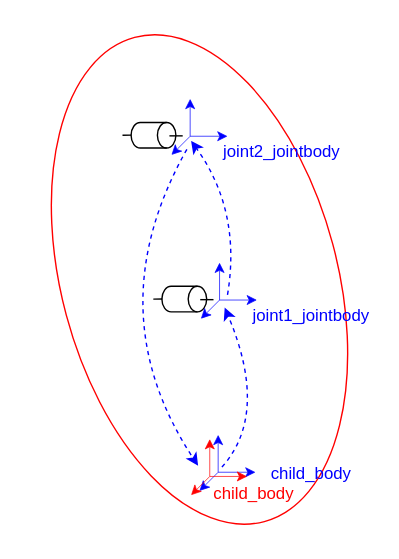
Before: kinematic_chain.drawio.svg, a diagram exported from draw.io (Yasu31/mjcf_urdf_simple_converter). Source tidied: cells renumbered, new cells last; positions are measured from the earlier drawing's top-left corner, leaving out a move shared by most shapes. The source it was exported from:
```xml
<mxGraphModel>
  <root>
    <mxCell id="0" />
    <mxCell id="1" parent="0" />
    <mxCell id="2" style="ellipse;whiteSpace=wrap;html=1;gradientColor=default;fillColor=none;strokeColor=#FF0000;rotation=-15;" parent="1" vertex="1">
      <mxGeometry x="-0.5" width="197" height="358" as="geometry" />
    </mxCell>
    <mxCell id="3" style="group;" parent="1" vertex="1">
      <mxGeometry x="62" y="183" width="46" height="20" as="geometry" />
    </mxCell>
    <mxCell id="4" style="shape=cylinder3;whiteSpace=wrap;html=1;boundedLbl=1;backgroundOutline=1;size=6.600006103515625;rotation=90;" parent="3" vertex="1">
      <mxGeometry x="16" y="-6" width="18.3" height="32" as="geometry" />
    </mxCell>
    <mxCell id="5" style="endArrow=none;html=1;rounded=0;" parent="3" edge="1">
      <mxGeometry relative="1" as="geometry">
        <mxPoint x="36.5" y="10.4" as="sourcePoint" />
        <mxPoint x="46" y="10.4" as="targetPoint" />
      </mxGeometry>
    </mxCell>
    <mxCell id="6" style="endArrow=none;html=1;rounded=0;" parent="3" edge="1">
      <mxGeometry relative="1" as="geometry">
        <mxPoint x="3" y="10" as="sourcePoint" />
        <mxPoint x="9.5" y="9.9" as="targetPoint" />
      </mxGeometry>
    </mxCell>
    <mxCell id="7" value="joint1_jointbody" style="text;html=1;align=center;verticalAlign=middle;whiteSpace=wrap;rounded=0;fontColor=light-dark(#0000ff, #ededed);" parent="1" vertex="1">
      <mxGeometry x="148" y="190" width="60" height="30" as="geometry" />
    </mxCell>
    <mxCell id="8" style="group;strokeWidth=0.7;strokeColor=none;" parent="1" vertex="1">
      <mxGeometry x="99" y="167" width="40" height="40" as="geometry" />
    </mxCell>
    <mxCell id="9" style="endArrow=classic;html=1;rounded=0;strokeWidth=0.5;strokeColor=light-dark(#0000ff, #ededed);" parent="8" edge="1">
      <mxGeometry relative="1" as="geometry">
        <mxPoint x="13.3" y="26.7" as="sourcePoint" />
        <mxPoint x="40" y="26.7" as="targetPoint" />
      </mxGeometry>
    </mxCell>
    <mxCell id="10" style="endArrow=classic;html=1;rounded=0;strokeWidth=0.5;strokeColor=light-dark(#0000ff, #ededed);" parent="8" edge="1">
      <mxGeometry relative="1" as="geometry">
        <mxPoint x="13.3" y="26.7" as="sourcePoint" />
        <mxPoint y="40" as="targetPoint" />
      </mxGeometry>
    </mxCell>
    <mxCell id="11" style="endArrow=classic;html=1;rounded=0;strokeWidth=0.5;strokeColor=light-dark(#0000ff, #ededed);" parent="8" edge="1">
      <mxGeometry relative="1" as="geometry">
        <mxPoint x="13.3" y="26.7" as="sourcePoint" />
        <mxPoint x="13.3" as="targetPoint" />
      </mxGeometry>
    </mxCell>
    <mxCell id="12" value="joint2_jointbody" style="text;html=1;align=center;verticalAlign=middle;whiteSpace=wrap;rounded=0;fontColor=light-dark(#0000ff, #ededed);" parent="1" vertex="1">
      <mxGeometry x="127" y="73" width="60" height="30" as="geometry" />
    </mxCell>
    <mxCell id="13" style="group;strokeWidth=0.7;strokeColor=none;" parent="1" vertex="1">
      <mxGeometry x="78" y="50" width="40" height="40" as="geometry" />
    </mxCell>
    <mxCell id="14" style="endArrow=classic;html=1;rounded=0;strokeWidth=0.5;strokeColor=light-dark(#0000ff, #ededed);" parent="13" edge="1">
      <mxGeometry relative="1" as="geometry">
        <mxPoint x="13.3" y="26.7" as="sourcePoint" />
        <mxPoint x="40" y="26.7" as="targetPoint" />
      </mxGeometry>
    </mxCell>
    <mxCell id="15" style="endArrow=classic;html=1;rounded=0;strokeWidth=0.5;strokeColor=light-dark(#0000ff, #ededed);" parent="13" edge="1">
      <mxGeometry relative="1" as="geometry">
        <mxPoint x="13.3" y="26.7" as="sourcePoint" />
        <mxPoint y="40" as="targetPoint" />
      </mxGeometry>
    </mxCell>
    <mxCell id="16" style="endArrow=classic;html=1;rounded=0;strokeWidth=0.5;strokeColor=light-dark(#0000ff, #ededed);" parent="13" edge="1">
      <mxGeometry relative="1" as="geometry">
        <mxPoint x="13.3" y="26.7" as="sourcePoint" />
        <mxPoint x="13.3" as="targetPoint" />
      </mxGeometry>
    </mxCell>
    <mxCell id="17" style="group;" parent="1" vertex="1">
      <mxGeometry x="40" y="66" width="46" height="20" as="geometry" />
    </mxCell>
    <mxCell id="18" style="shape=cylinder3;whiteSpace=wrap;html=1;boundedLbl=1;backgroundOutline=1;size=6.600006103515625;rotation=90;" parent="17" vertex="1">
      <mxGeometry x="16" y="-6" width="18.3" height="32" as="geometry" />
    </mxCell>
    <mxCell id="19" style="endArrow=none;html=1;rounded=0;" parent="17" edge="1">
      <mxGeometry relative="1" as="geometry">
        <mxPoint x="36.5" y="10.4" as="sourcePoint" />
        <mxPoint x="46" y="10.4" as="targetPoint" />
      </mxGeometry>
    </mxCell>
    <mxCell id="20" style="endArrow=none;html=1;rounded=0;" parent="17" edge="1">
      <mxGeometry relative="1" as="geometry">
        <mxPoint x="3" y="10" as="sourcePoint" />
        <mxPoint x="9.5" y="9.9" as="targetPoint" />
      </mxGeometry>
    </mxCell>
    <mxCell id="21" style="endArrow=classic;html=1;rounded=0;curved=1;strokeColor=#0000FF;dashed=1;" parent="1" edge="1">
      <mxGeometry relative="1" as="geometry">
        <mxPoint x="118" y="190" as="sourcePoint" />
        <mxPoint x="92" y="80" as="targetPoint" />
        <Array as="points">
          <mxPoint x="128" y="130" />
        </Array>
      </mxGeometry>
    </mxCell>
    <mxCell id="22" style="group;strokeWidth=0.7;strokeColor=none;" parent="1" vertex="1">
      <mxGeometry x="98" y="290" width="40" height="40" as="geometry" />
    </mxCell>
    <mxCell id="23" style="endArrow=classic;html=1;rounded=0;strokeWidth=0.5;strokeColor=light-dark(#0000ff, #ededed);" parent="22" edge="1">
      <mxGeometry relative="1" as="geometry">
        <mxPoint x="13.3" y="26.7" as="sourcePoint" />
        <mxPoint x="40" y="26.7" as="targetPoint" />
      </mxGeometry>
    </mxCell>
    <mxCell id="24" style="endArrow=classic;html=1;rounded=0;strokeWidth=0.5;strokeColor=light-dark(#0000ff, #ededed);" parent="22" edge="1">
      <mxGeometry relative="1" as="geometry">
        <mxPoint x="13.3" y="26.7" as="sourcePoint" />
        <mxPoint y="40" as="targetPoint" />
      </mxGeometry>
    </mxCell>
    <mxCell id="25" style="endArrow=classic;html=1;rounded=0;strokeWidth=0.5;strokeColor=light-dark(#0000ff, #ededed);" parent="22" edge="1">
      <mxGeometry relative="1" as="geometry">
        <mxPoint x="13.3" y="26.7" as="sourcePoint" />
        <mxPoint x="13.3" as="targetPoint" />
      </mxGeometry>
    </mxCell>
    <mxCell id="26" style="endArrow=classic;html=1;rounded=0;curved=1;strokeColor=#0000FF;dashed=1;" parent="22" edge="1">
      <mxGeometry relative="1" as="geometry">
        <mxPoint x="16" y="23" as="sourcePoint" />
        <mxPoint x="18" y="-91" as="targetPoint" />
        <Array as="points">
          <mxPoint x="50" y="-15" />
        </Array>
      </mxGeometry>
    </mxCell>
    <mxCell id="27" value="child_body&lt;div&gt;&lt;br&gt;&lt;/div&gt;" style="text;html=1;align=center;verticalAlign=middle;whiteSpace=wrap;rounded=0;fontColor=light-dark(#0000ff, #ededed);" parent="1" vertex="1">
      <mxGeometry x="148" y="310" width="60" height="30" as="geometry" />
    </mxCell>
    <mxCell id="28" value="child_body" style="text;html=1;align=center;verticalAlign=middle;whiteSpace=wrap;rounded=0;fontColor=light-dark(#FF0000,#EDEDED);" parent="1" vertex="1">
      <mxGeometry x="107" y="317" width="60" height="30" as="geometry" />
    </mxCell>
    <mxCell id="29" style="group;strokeWidth=0.7;strokeColor=none;" parent="1" vertex="1">
      <mxGeometry x="92" y="293" width="40" height="40" as="geometry" />
    </mxCell>
    <mxCell id="30" style="endArrow=classic;html=1;rounded=0;strokeWidth=0.5;strokeColor=light-dark(#FF0000,#EDEDED);" parent="29" edge="1">
      <mxGeometry relative="1" as="geometry">
        <mxPoint x="13.3" y="26.7" as="sourcePoint" />
        <mxPoint x="40" y="26.7" as="targetPoint" />
      </mxGeometry>
    </mxCell>
    <mxCell id="31" style="endArrow=classic;html=1;rounded=0;strokeWidth=0.5;strokeColor=light-dark(#FF0000,#EDEDED);" parent="29" edge="1">
      <mxGeometry relative="1" as="geometry">
        <mxPoint x="13.3" y="26.7" as="sourcePoint" />
        <mxPoint y="40" as="targetPoint" />
      </mxGeometry>
    </mxCell>
    <mxCell id="32" style="endArrow=classic;html=1;rounded=0;strokeWidth=0.5;strokeColor=light-dark(#FF0000,#EDEDED);" parent="29" edge="1">
      <mxGeometry relative="1" as="geometry">
        <mxPoint x="13.3" y="26.7" as="sourcePoint" />
        <mxPoint x="13.3" as="targetPoint" />
      </mxGeometry>
    </mxCell>
    <mxCell id="33" style="endArrow=classic;html=1;rounded=0;curved=1;strokeColor=#0000FF;dashed=1;" parent="1" edge="1">
      <mxGeometry relative="1" as="geometry">
        <mxPoint x="89" y="86" as="sourcePoint" />
        <mxPoint x="97" y="312" as="targetPoint" />
        <Array as="points">
          <mxPoint x="24" y="201" />
        </Array>
      </mxGeometry>
    </mxCell>
  </root>
</mxGraphModel>
```
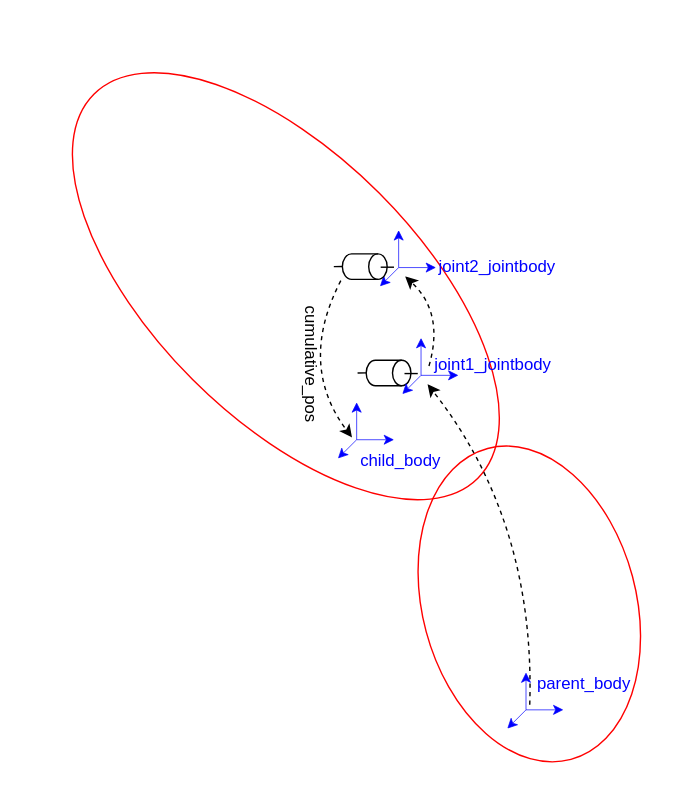
The same file after the commit.

Diff of the diagram source:
```diff
@@ -2,11 +2,11 @@
   <root>
     <mxCell id="0" />
     <mxCell id="1" parent="0" />
-    <mxCell id="2" style="ellipse;whiteSpace=wrap;html=1;gradientColor=default;fillColor=none;strokeColor=#FF0000;rotation=-15;" parent="1" vertex="1">
-      <mxGeometry x="-0.5" width="197" height="358" as="geometry" />
+    <mxCell id="2" style="ellipse;whiteSpace=wrap;html=1;gradientColor=default;fillColor=none;strokeColor=#FF0000;rotation=-45;" parent="1" vertex="1">
+      <mxGeometry x="-44.5" y="10" width="188.5" height="388" as="geometry" />
     </mxCell>
     <mxCell id="3" style="group;" parent="1" vertex="1">
-      <mxGeometry x="62" y="183" width="46" height="20" as="geometry" />
+      <mxGeometry x="98" y="256" width="46" height="20" as="geometry" />
     </mxCell>
     <mxCell id="4" style="shape=cylinder3;whiteSpace=wrap;html=1;boundedLbl=1;backgroundOutline=1;size=6.600006103515625;rotation=90;" parent="3" vertex="1">
       <mxGeometry x="16" y="-6" width="18.3" height="32" as="geometry" />
@@ -24,10 +24,10 @@
       </mxGeometry>
     </mxCell>
     <mxCell id="7" value="joint1_jointbody" style="text;html=1;align=center;verticalAlign=middle;whiteSpace=wrap;rounded=0;fontColor=light-dark(#0000ff, #ededed);" parent="1" vertex="1">
-      <mxGeometry x="148" y="190" width="60" height="30" as="geometry" />
+      <mxGeometry x="168" y="245" width="60" height="30" as="geometry" />
     </mxCell>
     <mxCell id="8" style="group;strokeWidth=0.7;strokeColor=none;" parent="1" vertex="1">
-      <mxGeometry x="99" y="167" width="40" height="40" as="geometry" />
+      <mxGeometry x="87" y="287" width="40" height="40" as="geometry" />
     </mxCell>
     <mxCell id="9" style="endArrow=classic;html=1;rounded=0;strokeWidth=0.5;strokeColor=light-dark(#0000ff, #ededed);" parent="8" edge="1">
       <mxGeometry relative="1" as="geometry">
@@ -48,10 +48,10 @@
       </mxGeometry>
     </mxCell>
     <mxCell id="12" value="joint2_jointbody" style="text;html=1;align=center;verticalAlign=middle;whiteSpace=wrap;rounded=0;fontColor=light-dark(#0000ff, #ededed);" parent="1" vertex="1">
-      <mxGeometry x="127" y="73" width="60" height="30" as="geometry" />
+      <mxGeometry x="171" y="175" width="60" height="30" as="geometry" />
     </mxCell>
     <mxCell id="13" style="group;strokeWidth=0.7;strokeColor=none;" parent="1" vertex="1">
-      <mxGeometry x="78" y="50" width="40" height="40" as="geometry" />
+      <mxGeometry x="117" y="164" width="40" height="40" as="geometry" />
     </mxCell>
     <mxCell id="14" style="endArrow=classic;html=1;rounded=0;strokeWidth=0.5;strokeColor=light-dark(#0000ff, #ededed);" parent="13" edge="1">
       <mxGeometry relative="1" as="geometry">
@@ -72,7 +72,7 @@
       </mxGeometry>
     </mxCell>
     <mxCell id="17" style="group;" parent="1" vertex="1">
-      <mxGeometry x="40" y="66" width="46" height="20" as="geometry" />
+      <mxGeometry x="81" y="180" width="46" height="20" as="geometry" />
     </mxCell>
     <mxCell id="18" style="shape=cylinder3;whiteSpace=wrap;html=1;boundedLbl=1;backgroundOutline=1;size=6.600006103515625;rotation=90;" parent="17" vertex="1">
       <mxGeometry x="16" y="-6" width="18.3" height="32" as="geometry" />
@@ -89,17 +89,17 @@
         <mxPoint x="9.5" y="9.9" as="targetPoint" />
       </mxGeometry>
     </mxCell>
-    <mxCell id="21" style="endArrow=classic;html=1;rounded=0;curved=1;strokeColor=#0000FF;dashed=1;" parent="1" edge="1">
+    <mxCell id="21" style="endArrow=classic;html=1;rounded=0;curved=1;strokeColor=#000000;dashed=1;" parent="1" edge="1">
       <mxGeometry relative="1" as="geometry">
-        <mxPoint x="118" y="190" as="sourcePoint" />
-        <mxPoint x="92" y="80" as="targetPoint" />
+        <mxPoint x="152" y="261" as="sourcePoint" />
+        <mxPoint x="135" y="197" as="targetPoint" />
         <Array as="points">
-          <mxPoint x="128" y="130" />
+          <mxPoint x="163" y="223" />
         </Array>
       </mxGeometry>
     </mxCell>
-    <mxCell id="22" style="group;strokeWidth=0.7;strokeColor=none;" parent="1" vertex="1">
-      <mxGeometry x="98" y="290" width="40" height="40" as="geometry" />
+    <mxCell id="22" style="group;strokeWidth=0.7;strokeColor=none;rotation=90;" parent="1" vertex="1">
+      <mxGeometry x="208" y="480" width="40" height="40" as="geometry" />
     </mxCell>
     <mxCell id="23" style="endArrow=classic;html=1;rounded=0;strokeWidth=0.5;strokeColor=light-dark(#0000ff, #ededed);" parent="22" edge="1">
       <mxGeometry relative="1" as="geometry">
@@ -119,50 +119,56 @@
         <mxPoint x="13.3" as="targetPoint" />
       </mxGeometry>
     </mxCell>
-    <mxCell id="26" style="endArrow=classic;html=1;rounded=0;curved=1;strokeColor=#0000FF;dashed=1;" parent="22" edge="1">
+    <mxCell id="26" style="endArrow=classic;html=1;rounded=0;curved=1;strokeColor=#000000;dashed=1;" parent="22" edge="1">
       <mxGeometry relative="1" as="geometry">
         <mxPoint x="16" y="23" as="sourcePoint" />
-        <mxPoint x="18" y="-91" as="targetPoint" />
+        <mxPoint x="-57" y="-206" as="targetPoint" />
         <Array as="points">
-          <mxPoint x="50" y="-15" />
+          <mxPoint x="20" y="-108" />
         </Array>
       </mxGeometry>
     </mxCell>
-    <mxCell id="27" value="child_body&lt;div&gt;&lt;br&gt;&lt;/div&gt;" style="text;html=1;align=center;verticalAlign=middle;whiteSpace=wrap;rounded=0;fontColor=light-dark(#0000ff, #ededed);" parent="1" vertex="1">
-      <mxGeometry x="148" y="310" width="60" height="30" as="geometry" />
+    <mxCell id="27" value="parent_body&lt;div&gt;&lt;br&gt;&lt;/div&gt;" style="text;html=1;align=center;verticalAlign=middle;whiteSpace=wrap;rounded=0;fontColor=light-dark(#0000ff, #ededed);" parent="1" vertex="1">
+      <mxGeometry x="233" y="480" width="60" height="30" as="geometry" />
     </mxCell>
-    <mxCell id="28" value="child_body" style="text;html=1;align=center;verticalAlign=middle;whiteSpace=wrap;rounded=0;fontColor=light-dark(#FF0000,#EDEDED);" parent="1" vertex="1">
-      <mxGeometry x="107" y="317" width="60" height="30" as="geometry" />
+    <mxCell id="28" value="child_body" style="text;html=1;align=center;verticalAlign=middle;whiteSpace=wrap;rounded=0;fontColor=light-dark(#0000FF,#EDEDED);" parent="1" vertex="1">
+      <mxGeometry x="102" y="314" width="60" height="30" as="geometry" />
     </mxCell>
-    <mxCell id="29" style="group;strokeWidth=0.7;strokeColor=none;" parent="1" vertex="1">
-      <mxGeometry x="92" y="293" width="40" height="40" as="geometry" />
-    </mxCell>
-    <mxCell id="30" style="endArrow=classic;html=1;rounded=0;strokeWidth=0.5;strokeColor=light-dark(#FF0000,#EDEDED);" parent="29" edge="1">
-      <mxGeometry relative="1" as="geometry">
-        <mxPoint x="13.3" y="26.7" as="sourcePoint" />
-        <mxPoint x="40" y="26.7" as="targetPoint" />
-      </mxGeometry>
-    </mxCell>
-    <mxCell id="31" style="endArrow=classic;html=1;rounded=0;strokeWidth=0.5;strokeColor=light-dark(#FF0000,#EDEDED);" parent="29" edge="1">
-      <mxGeometry relative="1" as="geometry">
-        <mxPoint x="13.3" y="26.7" as="sourcePoint" />
-        <mxPoint y="40" as="targetPoint" />
-      </mxGeometry>
-    </mxCell>
-    <mxCell id="32" style="endArrow=classic;html=1;rounded=0;strokeWidth=0.5;strokeColor=light-dark(#FF0000,#EDEDED);" parent="29" edge="1">
-      <mxGeometry relative="1" as="geometry">
-        <mxPoint x="13.3" y="26.7" as="sourcePoint" />
-        <mxPoint x="13.3" as="targetPoint" />
-      </mxGeometry>
-    </mxCell>
-    <mxCell id="33" style="endArrow=classic;html=1;rounded=0;curved=1;strokeColor=#0000FF;dashed=1;" parent="1" edge="1">
+    <mxCell id="33" style="endArrow=classic;html=1;rounded=0;curved=1;strokeColor=#000000;dashed=1;" parent="1" edge="1">
       <mxGeometry relative="1" as="geometry">
-        <mxPoint x="89" y="86" as="sourcePoint" />
+        <mxPoint x="89" y="200" as="sourcePoint" />
         <mxPoint x="97" y="312" as="targetPoint" />
         <Array as="points">
-          <mxPoint x="24" y="201" />
+          <mxPoint x="58" y="260" />
         </Array>
       </mxGeometry>
     </mxCell>
+    <mxCell id="34" value="cumulative_pos" style="text;html=1;align=center;verticalAlign=middle;whiteSpace=wrap;rounded=0;fontColor=light-dark(#000000,#EDEDED);rotation=90;" parent="1" vertex="1">
+      <mxGeometry x="38" y="245" width="60" height="30" as="geometry" />
+    </mxCell>
+    <mxCell id="35" style="ellipse;whiteSpace=wrap;html=1;gradientColor=default;fillColor=none;strokeColor=#FF0000;rotation=-15;" parent="1" vertex="1">
+      <mxGeometry x="147.4" y="316" width="152.6" height="230" as="geometry" />
+    </mxCell>
+    <mxCell id="36" style="group;strokeWidth=0.7;strokeColor=none;" parent="1" vertex="1">
+      <mxGeometry x="133" y="241" width="40" height="40" as="geometry" />
+    </mxCell>
+    <mxCell id="37" style="endArrow=classic;html=1;rounded=0;strokeWidth=0.5;strokeColor=light-dark(#0000ff, #ededed);" parent="36" edge="1">
+      <mxGeometry relative="1" as="geometry">
+        <mxPoint x="13.3" y="26.7" as="sourcePoint" />
+        <mxPoint x="40" y="26.7" as="targetPoint" />
+      </mxGeometry>
+    </mxCell>
+    <mxCell id="38" style="endArrow=classic;html=1;rounded=0;strokeWidth=0.5;strokeColor=light-dark(#0000ff, #ededed);" parent="36" edge="1">
+      <mxGeometry relative="1" as="geometry">
+        <mxPoint x="13.3" y="26.7" as="sourcePoint" />
+        <mxPoint y="40" as="targetPoint" />
+      </mxGeometry>
+    </mxCell>
+    <mxCell id="39" style="endArrow=classic;html=1;rounded=0;strokeWidth=0.5;strokeColor=light-dark(#0000ff, #ededed);" parent="36" edge="1">
+      <mxGeometry relative="1" as="geometry">
+        <mxPoint x="13.3" y="26.7" as="sourcePoint" />
+        <mxPoint x="13.3" as="targetPoint" />
+      </mxGeometry>
+    </mxCell>
   </root>
 </mxGraphModel>
```
